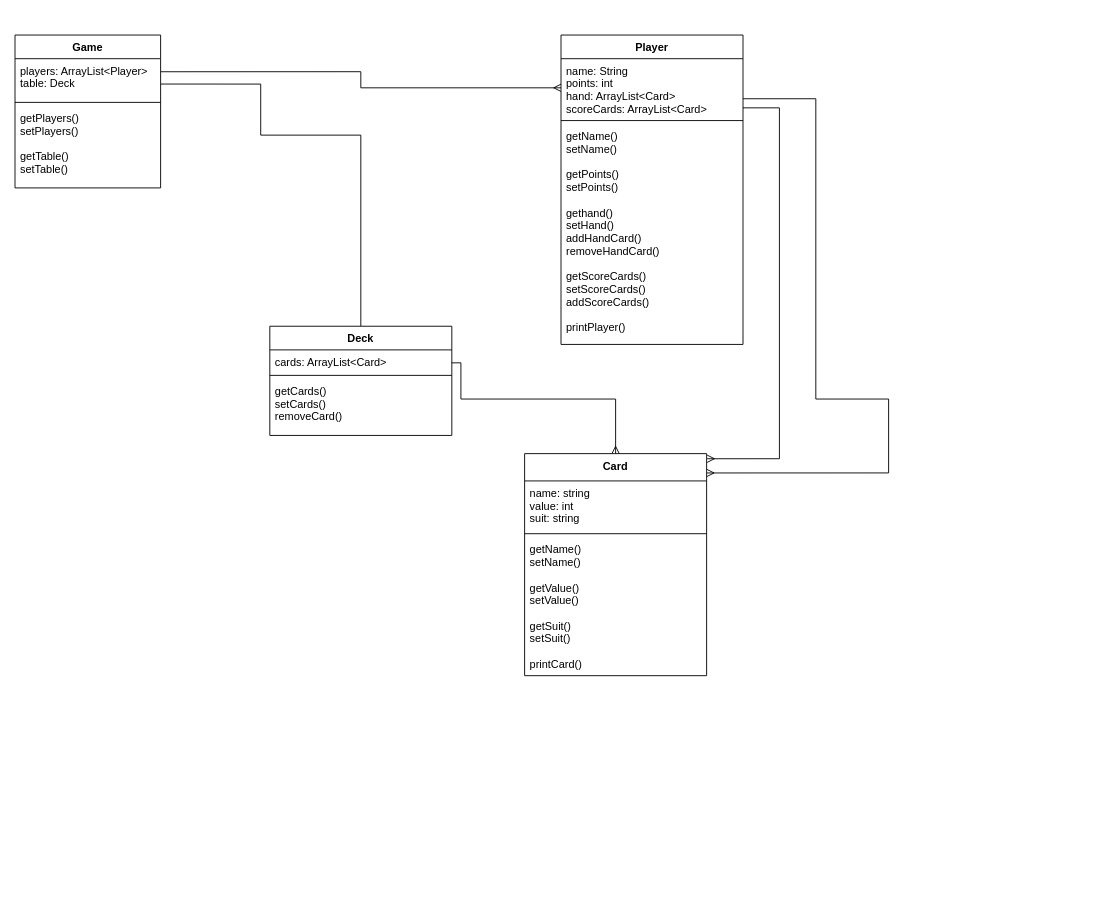
KauanR/LP-II-Projeto-II keeps this draw.io diagram as diagram.drawio. Above is the earlier version. Source tidied: cells renumbered, new cells numbered last; positions are measured from the earlier drawing's top-left corner, leaving out a move shared by most shapes. Both pictures are drawn from the tidied source at 91%, with x=0, y=0 at pixel (15, 35).
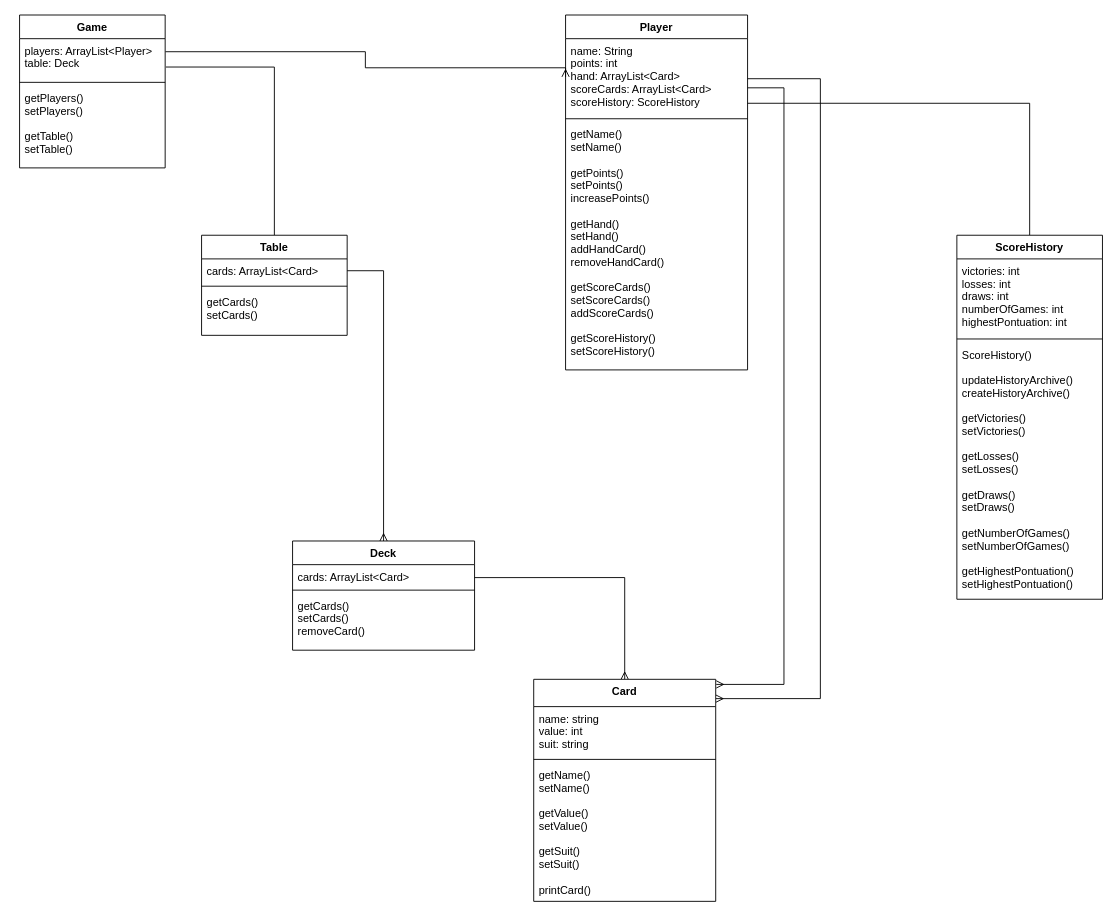
The same diagram, later.

Commit message (it also covers changes not shown here):
feat: updating class diagram

The change refers to these unchanged cells:
```xml
<mxCell id="12" value="players: ArrayList&lt;Player&gt;&#10;table: Deck" style="text;strokeColor=none;fillColor=none;align=left;verticalAlign=top;spacingLeft=4;spacingRight=4;overflow=hidden;points=[[0,0.5],[1,0.5]];portConstraint=eastwest;" parent="11" vertex="1">
  <mxGeometry y="26" width="160" height="44" as="geometry" />
</mxCell>
```

Diff of the diagram source:
```diff
@@
     <mxCell id="2" style="edgeStyle=orthogonalEdgeStyle;rounded=0;jettySize=auto;html=1;exitX=1.002;exitY=0.326;exitDx=0;exitDy=0;entryX=0;entryY=0.5;entryDx=0;entryDy=0;endArrow=ERmany;endFill=0;exitPerimeter=0;align=left;" parent="1" edge="1" source="12" target="16">
       <mxGeometry relative="1" as="geometry">
         <Array as="points">
-          <mxPoint x="380" y="40" />
-          <mxPoint x="380" y="58" />
+          <mxPoint x="385" y="18" />
+          <mxPoint x="385" y="36" />
         </Array>
       </mxGeometry>
     </mxCell>
-    <mxCell id="3" style="edgeStyle=orthogonalEdgeStyle;rounded=0;jettySize=auto;html=1;endArrow=none;endFill=0;exitX=1.002;exitY=0.633;exitDx=0;exitDy=0;exitPerimeter=0;entryX=0.5;entryY=0;entryDx=0;entryDy=0;align=left;" parent="1" edge="1" source="12" target="7">
-      <mxGeometry relative="1" as="geometry">
-        <Array as="points">
-          <mxPoint x="270" y="54" />
-          <mxPoint x="270" y="110" />
-          <mxPoint x="380" y="110" />
-        </Array>
-      </mxGeometry>
-    </mxCell>
     <mxCell id="4" style="edgeStyle=orthogonalEdgeStyle;rounded=0;jettySize=auto;html=1;entryX=0.5;entryY=0;entryDx=0;entryDy=0;endArrow=ERmany;endFill=0;exitX=1;exitY=0.593;exitDx=0;exitDy=0;exitPerimeter=0;align=left;" parent="1" edge="1" source="8" target="19">
       <mxGeometry relative="1" as="geometry">
         <Array as="points">
-          <mxPoint x="490" y="360" />
-          <mxPoint x="490" y="400" />
-          <mxPoint x="660" y="400" />
+          <mxPoint x="670" y="596" />
         </Array>
       </mxGeometry>
     </mxCell>
     <mxCell id="5" style="edgeStyle=orthogonalEdgeStyle;rounded=0;jettySize=auto;html=1;endArrow=ERmany;endFill=0;entryX=1.001;entryY=0.087;entryDx=0;entryDy=0;entryPerimeter=0;align=left;" parent="1" edge="1" source="16" target="19">
       <mxGeometry relative="1" as="geometry">
         <Array as="points">
-          <mxPoint x="880" y="70" />
-          <mxPoint x="880" y="400" />
-          <mxPoint x="960" y="400" />
-          <mxPoint x="960" y="481" />
+          <mxPoint x="885" y="48" />
+          <mxPoint x="885" y="729" />
+          <mxPoint x="770" y="729" />
         </Array>
       </mxGeometry>
     </mxCell>
     <mxCell id="6" style="edgeStyle=orthogonalEdgeStyle;rounded=0;jettySize=auto;html=1;endArrow=ERmany;endFill=0;entryX=1.003;entryY=0.023;entryDx=0;entryDy=0;entryPerimeter=0;align=left;" parent="1" edge="1" source="16" target="19">
       <mxGeometry relative="1" as="geometry">
         <Array as="points">
-          <mxPoint x="840" y="80" />
-          <mxPoint x="840" y="466" />
+          <mxPoint x="845" y="58" />
+          <mxPoint x="845" y="714" />
+          <mxPoint x="771" y="714" />
         </Array>
       </mxGeometry>
     </mxCell>
-    <mxCell id="7" value="Deck" style="swimlane;fontStyle=1;align=center;verticalAlign=top;horizontal=1;startSize=26;" parent="1" vertex="1">
-      <mxGeometry x="280" y="320" width="200" height="120" as="geometry" />
-    </mxCell>
-    <mxCell id="8" value="cards: ArrayList&lt;Card&gt;" style="text;strokeColor=none;fillColor=none;align=left;verticalAlign=top;spacingLeft=4;spacingRight=4;overflow=hidden;points=[[0,0.5],[1,0.5]];portConstraint=eastwest;" parent="7" vertex="1">
-      <mxGeometry y="26" width="200" height="24" as="geometry" />
-    </mxCell>
-    <mxCell id="9" style="line;strokeWidth=1;fillColor=none;align=left;verticalAlign=middle;spacingTop=-1;spacingLeft=3;spacingRight=3;labelPosition=right;" parent="7" vertex="1">
-      <mxGeometry y="50" width="200" height="8" as="geometry" />
-    </mxCell>
-    <mxCell id="10" value="getCards()&#10;setCards()&#10;removeCard()" style="text;strokeColor=none;fillColor=none;align=left;verticalAlign=top;spacingLeft=4;spacingRight=4;overflow=hidden;" parent="7" vertex="1">
-      <mxGeometry y="58" width="200" height="62" as="geometry" />
-    </mxCell>
+    <mxCell id="23" style="edgeStyle=orthogonalEdgeStyle;rounded=0;jettySize=auto;html=1;exitX=1;exitY=0.5;exitDx=0;exitDy=0;endArrow=ERmany;endFill=0;entryX=0.5;entryY=0;entryDx=0;entryDy=0;" parent="1" edge="1" source="27" target="7">
+      <mxGeometry relative="1" as="geometry">
+        <Array as="points">
+          <mxPoint x="405" y="259" />
+        </Array>
+      </mxGeometry>
+    </mxCell>
+    <mxCell id="24" style="edgeStyle=orthogonalEdgeStyle;rounded=0;jettySize=auto;html=1;endArrow=none;endFill=0;exitX=1.005;exitY=0.708;exitDx=0;exitDy=0;exitPerimeter=0;" parent="1" edge="1" source="12" target="26">
+      <mxGeometry relative="1" as="geometry" />
+    </mxCell>
+    <mxCell id="25" style="edgeStyle=orthogonalEdgeStyle;rounded=0;jettySize=auto;html=1;endArrow=none;endFill=0;exitX=1;exitY=0.845;exitDx=0;exitDy=0;exitPerimeter=0;entryX=0.5;entryY=0;entryDx=0;entryDy=0;" parent="1" edge="1" source="16" target="30">
+      <mxGeometry relative="1" as="geometry">
+        <Array as="points">
+          <mxPoint x="1115" y="75" />
+        </Array>
+      </mxGeometry>
+    </mxCell>
     <mxCell id="11" value="Game" style="swimlane;fontStyle=1;align=center;verticalAlign=top;horizontal=1;startSize=26;" parent="1" vertex="1">
-      <mxGeometry width="160" height="168" as="geometry" />
+      <mxGeometry x="5" y="-22" width="160" height="168" as="geometry" />
     </mxCell>
@@
     <mxCell id="15" value="Player" style="swimlane;fontStyle=1;align=center;verticalAlign=top;horizontal=1;startSize=26;" parent="1" vertex="1">
-      <mxGeometry x="600" width="200" height="340" as="geometry" />
+      <mxGeometry x="605" y="-22" width="200" height="390" as="geometry" />
     </mxCell>
-    <mxCell id="16" value="name: String&#10;points: int&#10;hand: ArrayList&lt;Card&gt;&#10;scoreCards: ArrayList&lt;Card&gt;" style="text;strokeColor=none;fillColor=none;align=left;verticalAlign=top;spacingLeft=4;spacingRight=4;overflow=hidden;points=[[0,0.5],[1,0.5]];portConstraint=eastwest;" parent="15" vertex="1">
-      <mxGeometry y="26" width="200" height="64" as="geometry" />
+    <mxCell id="16" value="name: String&#10;points: int&#10;hand: ArrayList&lt;Card&gt;&#10;scoreCards: ArrayList&lt;Card&gt;&#10;scoreHistory: ScoreHistory" style="text;strokeColor=none;fillColor=none;align=left;verticalAlign=top;spacingLeft=4;spacingRight=4;overflow=hidden;points=[[0,0.5],[1,0.5]];portConstraint=eastwest;" parent="15" vertex="1">
+      <mxGeometry y="26" width="200" height="84" as="geometry" />
     </mxCell>
     <mxCell id="17" style="line;strokeWidth=1;fillColor=none;align=left;verticalAlign=middle;spacingTop=-1;spacingLeft=3;spacingRight=3;labelPosition=right;" parent="15" vertex="1">
-      <mxGeometry y="90" width="200" height="8" as="geometry" />
+      <mxGeometry y="110" width="200" height="8" as="geometry" />
     </mxCell>
-    <mxCell id="18" value="getName()&#10;setName()&#10;&#10;getPoints()&#10;setPoints()&#10;&#10;gethand()&#10;setHand()&#10;addHandCard()&#10;removeHandCard()&#10;&#10;getScoreCards()&#10;setScoreCards()&#10;addScoreCards()&#10;&#10;printPlayer()" style="text;strokeColor=none;fillColor=none;align=left;verticalAlign=top;spacingLeft=4;spacingRight=4;overflow=hidden;" parent="15" vertex="1">
-      <mxGeometry y="98" width="200" height="242" as="geometry" />
+    <mxCell id="18" value="getName()&#10;setName()&#10;&#10;getPoints()&#10;setPoints()&#10;increasePoints()&#10;&#10;getHand()&#10;setHand()&#10;addHandCard()&#10;removeHandCard()&#10;&#10;getScoreCards()&#10;setScoreCards()&#10;addScoreCards()&#10;&#10;getScoreHistory()&#10;setScoreHistory()&#10;" style="text;strokeColor=none;fillColor=none;align=left;verticalAlign=top;spacingLeft=4;spacingRight=4;overflow=hidden;" parent="15" vertex="1">
+      <mxGeometry y="118" width="200" height="272" as="geometry" />
     </mxCell>
+    <mxCell id="26" value="Table" style="swimlane;fontStyle=1;align=center;verticalAlign=top;horizontal=1;startSize=26;" parent="1" vertex="1">
+      <mxGeometry x="205" y="220" width="160" height="110" as="geometry" />
+    </mxCell>
+    <mxCell id="27" value="cards: ArrayList&lt;Card&gt;" style="text;strokeColor=none;fillColor=none;align=left;verticalAlign=top;spacingLeft=4;spacingRight=4;overflow=hidden;points=[[0,0.5],[1,0.5]];portConstraint=eastwest;" parent="26" vertex="1">
+      <mxGeometry y="26" width="160" height="26" as="geometry" />
+    </mxCell>
+    <mxCell id="28" style="line;strokeWidth=1;fillColor=none;align=left;verticalAlign=middle;spacingTop=-1;spacingLeft=3;spacingRight=3;labelPosition=right;" parent="26" vertex="1">
+      <mxGeometry y="52" width="160" height="8" as="geometry" />
+    </mxCell>
+    <mxCell id="29" value="getCards()&#10;setCards()" style="text;strokeColor=none;fillColor=none;align=left;verticalAlign=top;spacingLeft=4;spacingRight=4;overflow=hidden;" parent="26" vertex="1">
+      <mxGeometry y="60" width="160" height="50" as="geometry" />
+    </mxCell>
+    <mxCell id="30" value="ScoreHistory" style="swimlane;fontStyle=1;align=center;verticalAlign=top;horizontal=1;startSize=26;" parent="1" vertex="1">
+      <mxGeometry x="1035" y="220" width="160" height="400" as="geometry" />
+    </mxCell>
+    <mxCell id="31" value="victories: int&#10;losses: int&#10;draws: int&#10;numberOfGames: int&#10;highestPontuation: int" style="text;strokeColor=none;fillColor=none;align=left;verticalAlign=top;spacingLeft=4;spacingRight=4;overflow=hidden;" parent="30" vertex="1">
+      <mxGeometry y="26" width="160" height="84" as="geometry" />
+    </mxCell>
+    <mxCell id="32" style="line;strokeWidth=1;fillColor=none;align=left;verticalAlign=middle;spacingTop=-1;spacingLeft=3;spacingRight=3;labelPosition=right;" parent="30" vertex="1">
+      <mxGeometry y="110" width="160" height="8" as="geometry" />
+    </mxCell>
+    <mxCell id="33" value="ScoreHistory()&#10;&#10;updateHistoryArchive()&#10;createHistoryArchive()&#10;&#10;getVictories()&#10;setVictories()&#10;&#10;getLosses()&#10;setLosses()&#10;&#10;getDraws()&#10;setDraws()&#10;&#10;getNumberOfGames()&#10;setNumberOfGames()&#10;&#10;getHighestPontuation()&#10;setHighestPontuation()" style="text;strokeColor=none;fillColor=none;align=left;verticalAlign=top;spacingLeft=4;spacingRight=4;overflow=hidden;" parent="30" vertex="1">
+      <mxGeometry y="118" width="160" height="282" as="geometry" />
+    </mxCell>
+    <mxCell id="7" value="Deck" style="swimlane;fontStyle=1;align=center;verticalAlign=top;horizontal=1;startSize=26;" parent="1" vertex="1">
+      <mxGeometry x="305" y="556" width="200" height="120" as="geometry" />
+    </mxCell>
+    <mxCell id="8" value="cards: ArrayList&lt;Card&gt;" style="text;strokeColor=none;fillColor=none;align=left;verticalAlign=top;spacingLeft=4;spacingRight=4;overflow=hidden;points=[[0,0.5],[1,0.5]];portConstraint=eastwest;" parent="7" vertex="1">
+      <mxGeometry y="26" width="200" height="24" as="geometry" />
+    </mxCell>
+    <mxCell id="9" style="line;strokeWidth=1;fillColor=none;align=left;verticalAlign=middle;spacingTop=-1;spacingLeft=3;spacingRight=3;labelPosition=right;" parent="7" vertex="1">
+      <mxGeometry y="50" width="200" height="8" as="geometry" />
+    </mxCell>
+    <mxCell id="10" value="getCards()&#10;setCards()&#10;removeCard()" style="text;strokeColor=none;fillColor=none;align=left;verticalAlign=top;spacingLeft=4;spacingRight=4;overflow=hidden;" parent="7" vertex="1">
+      <mxGeometry y="58" width="200" height="62" as="geometry" />
+    </mxCell>
     <mxCell id="19" value="Card" style="swimlane;fontStyle=1;align=center;verticalAlign=top;horizontal=1;startSize=30;" parent="1" vertex="1">
-      <mxGeometry x="560" y="460" width="200" height="244" as="geometry" />
+      <mxGeometry x="570" y="708" width="200" height="244" as="geometry" />
     </mxCell>
```
